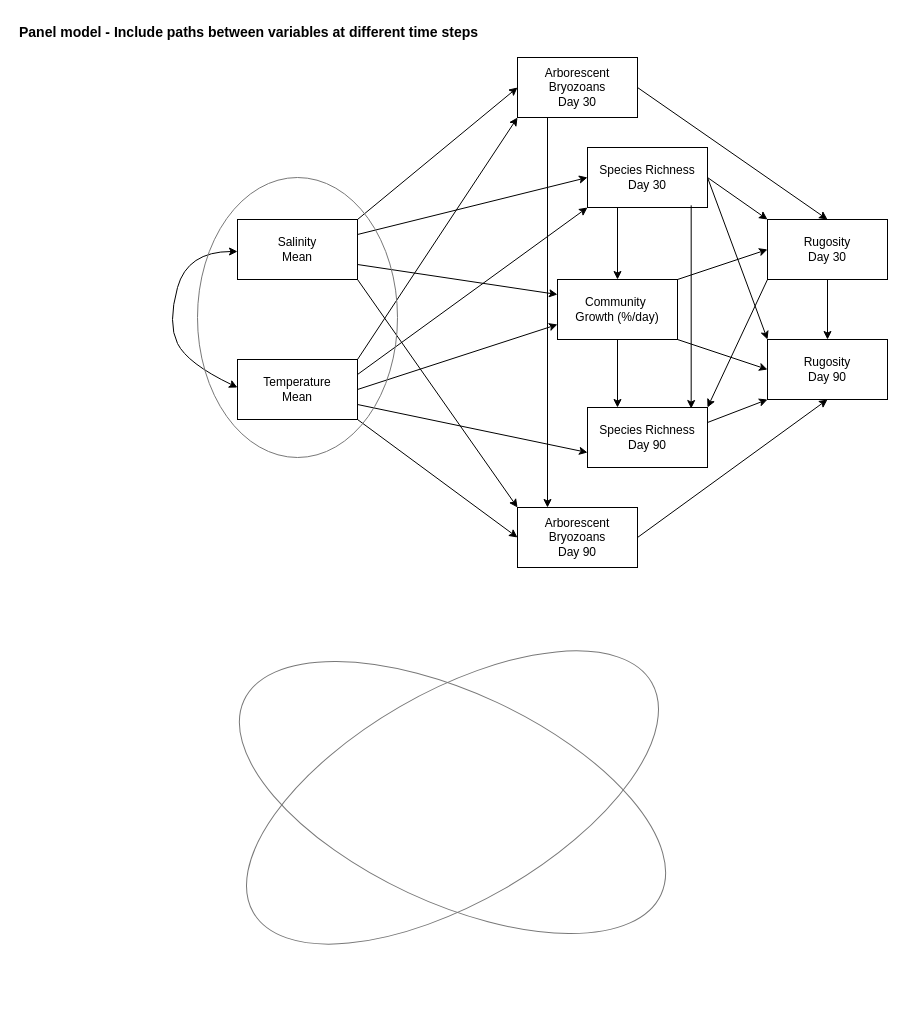
mawhal/panels-complexity keeps this draw.io diagram as sem/Panels_SEM_Panel.drawio. Above is the earlier version. Source tidied: cells renumbered, new cells numbered last; positions are measured from the earlier drawing's top-left corner, leaving out a move shared by most shapes. Both pictures are drawn from the tidied source at 100%, with x=0, y=0 at pixel (17, 17).
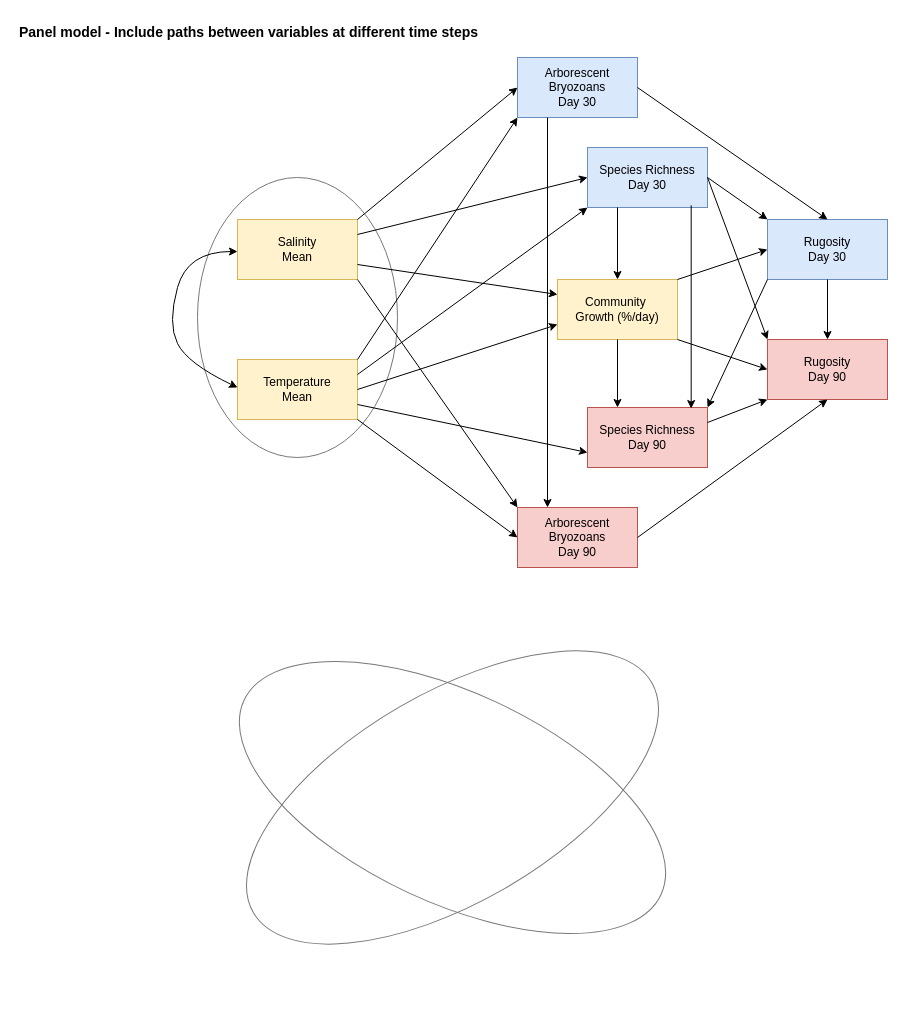
The same page after the edit.

What changed in the source:
```diff
@@
+    <mxCell id="34" style="ellipse;whiteSpace=wrap;html=1;fillStyle=dashed;fillColor=none;strokeColor=#787878;" parent="1" vertex="1">
+      <mxGeometry x="180" y="160" width="200" height="280" as="geometry" />
+    </mxCell>
@@
-    <mxCell id="3" value="Salinity&lt;div&gt;Mean&lt;/div&gt;" style="rounded=0;whiteSpace=wrap;html=1;" parent="1" vertex="1">
+    <mxCell id="3" value="Salinity&lt;div&gt;Mean&lt;/div&gt;" style="rounded=0;whiteSpace=wrap;html=1;fillColor=#fff2cc;strokeColor=#d6b656;" parent="1" vertex="1">
       <mxGeometry x="220" y="202" width="120" height="60" as="geometry" />
     </mxCell>
-    <mxCell id="4" value="Community&amp;nbsp;&lt;div&gt;Growth (%/day)&lt;/div&gt;" style="whiteSpace=wrap;html=1;rounded=0;" parent="1" vertex="1">
+    <mxCell id="4" value="Community&amp;nbsp;&lt;div&gt;Growth (%/day)&lt;/div&gt;" style="whiteSpace=wrap;html=1;rounded=0;fillColor=#fff2cc;strokeColor=#d6b656;" parent="1" vertex="1">
       <mxGeometry x="540" y="262" width="120" height="60" as="geometry" />
     </mxCell>
-    <mxCell id="5" value="Species Richness&lt;div&gt;Day 30&lt;/div&gt;" style="whiteSpace=wrap;html=1;rounded=0;" parent="1" vertex="1">
+    <mxCell id="5" value="Species Richness&lt;div&gt;Day 30&lt;/div&gt;" style="whiteSpace=wrap;html=1;rounded=0;fillColor=#dae8fc;strokeColor=#6c8ebf;" parent="1" vertex="1">
       <mxGeometry x="570" y="130" width="120" height="60" as="geometry" />
     </mxCell>
@@
-    <mxCell id="7" value="Temperature&lt;div&gt;Mean&lt;/div&gt;" style="rounded=0;whiteSpace=wrap;html=1;" parent="1" vertex="1">
+    <mxCell id="7" value="Temperature&lt;div&gt;Mean&lt;/div&gt;" style="rounded=0;whiteSpace=wrap;html=1;fillColor=#fff2cc;strokeColor=#d6b656;" parent="1" vertex="1">
       <mxGeometry x="220" y="342" width="120" height="60" as="geometry" />
     </mxCell>
-    <mxCell id="8" value="Rugosity&lt;div&gt;Day 90&lt;/div&gt;" style="whiteSpace=wrap;html=1;rounded=0;" parent="1" vertex="1">
+    <mxCell id="8" value="Rugosity&lt;div&gt;Day 90&lt;/div&gt;" style="whiteSpace=wrap;html=1;rounded=0;fillColor=#f8cecc;strokeColor=#b85450;" parent="1" vertex="1">
       <mxGeometry x="750" y="322" width="120" height="60" as="geometry" />
     </mxCell>
@@
-    <mxCell id="16" value="Arborescent Bryozoans&lt;div&gt;Day 30&lt;/div&gt;" style="rounded=0;whiteSpace=wrap;html=1;" parent="1" vertex="1">
+    <mxCell id="16" value="Arborescent Bryozoans&lt;div&gt;Day 30&lt;/div&gt;" style="rounded=0;whiteSpace=wrap;html=1;fillColor=#dae8fc;strokeColor=#6c8ebf;" parent="1" vertex="1">
       <mxGeometry x="500" y="40" width="120" height="60" as="geometry" />
     </mxCell>
@@
-    <mxCell id="21" value="Rugosity&lt;div&gt;Day 30&lt;/div&gt;" style="whiteSpace=wrap;html=1;rounded=0;" parent="1" vertex="1">
+    <mxCell id="21" value="Rugosity&lt;div&gt;Day 30&lt;/div&gt;" style="whiteSpace=wrap;html=1;rounded=0;fillColor=#dae8fc;strokeColor=#6c8ebf;" parent="1" vertex="1">
       <mxGeometry x="750" y="202" width="120" height="60" as="geometry" />
     </mxCell>
-    <mxCell id="22" value="Arborescent Bryozoans&lt;div&gt;Day 90&lt;/div&gt;" style="rounded=0;whiteSpace=wrap;html=1;" parent="1" vertex="1">
+    <mxCell id="22" value="Arborescent Bryozoans&lt;div&gt;Day 90&lt;/div&gt;" style="rounded=0;whiteSpace=wrap;html=1;fillColor=#f8cecc;strokeColor=#b85450;" parent="1" vertex="1">
       <mxGeometry x="500" y="490" width="120" height="60" as="geometry" />
     </mxCell>
-    <mxCell id="23" value="Species Richness&lt;div&gt;Day 90&lt;/div&gt;" style="whiteSpace=wrap;html=1;rounded=0;" parent="1" vertex="1">
+    <mxCell id="23" value="Species Richness&lt;div&gt;Day 90&lt;/div&gt;" style="whiteSpace=wrap;html=1;rounded=0;fillColor=#f8cecc;strokeColor=#b85450;" parent="1" vertex="1">
       <mxGeometry x="570" y="390" width="120" height="60" as="geometry" />
     </mxCell>
@@
-    <mxCell id="34" style="ellipse;whiteSpace=wrap;html=1;fillStyle=dashed;fillColor=none;strokeColor=#787878;" parent="1" vertex="1">
-      <mxGeometry x="180" y="160" width="200" height="280" as="geometry" />
-    </mxCell>
```
